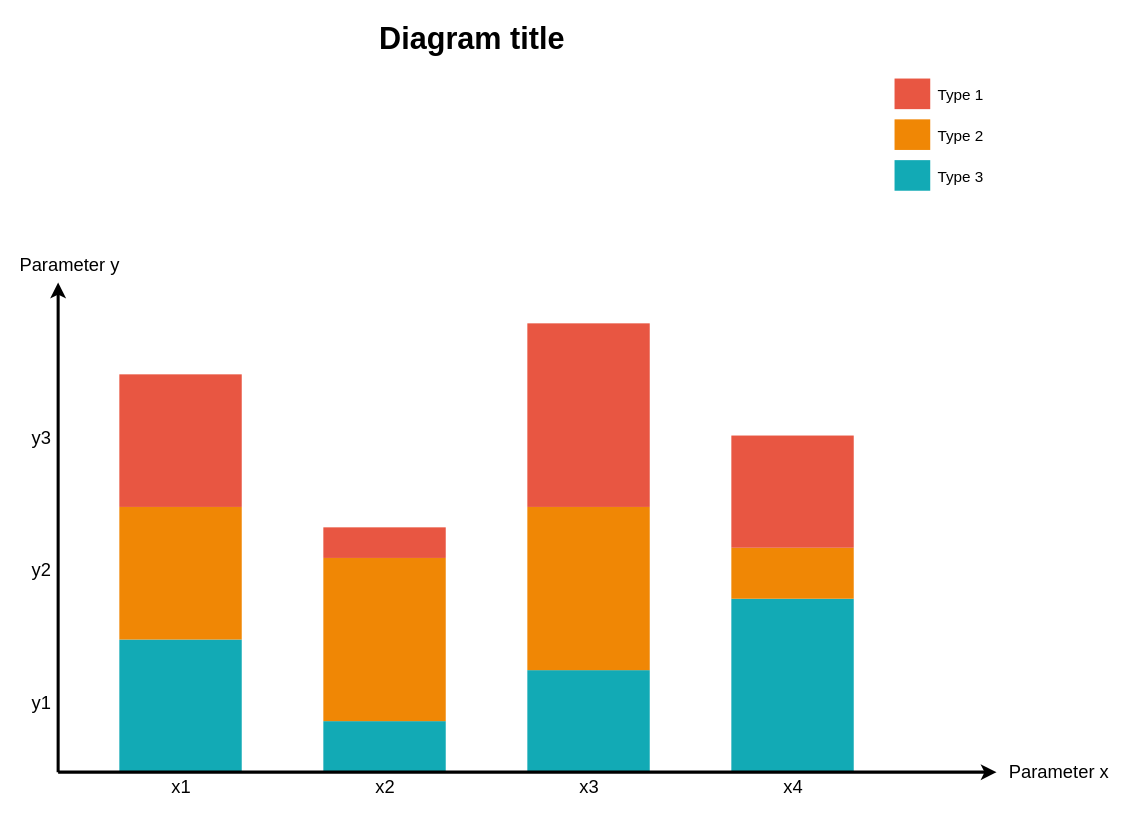
This is Untitled Diagram.drawio from ryota-nakazawa/uuuuuuuuu, a draw.io file, before an edit. Source tidied: cells renumbered, new cells numbered last; positions are measured from the earlier drawing's top-left corner, leaving out a move shared by most shapes. Both pictures are drawn from the tidied source at 102%, with x=0, y=0 at pixel (17, 16).
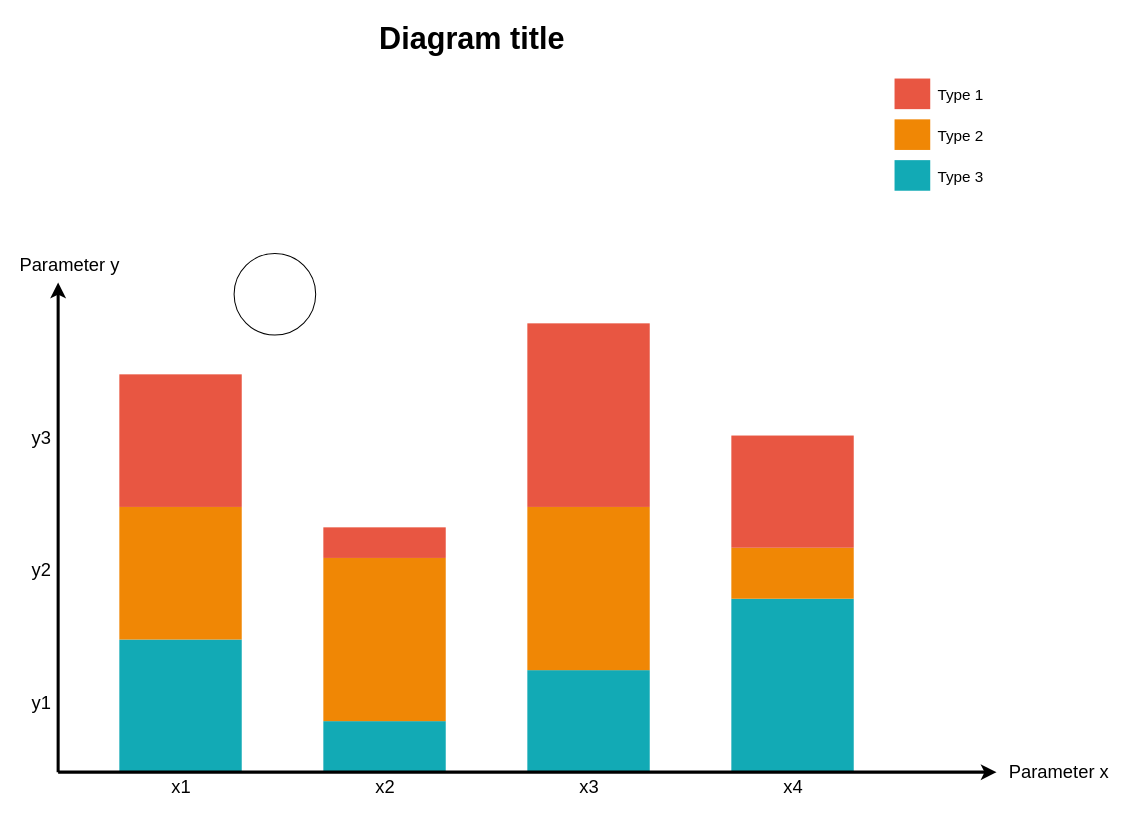
Above is the later version.

Diff of the diagram source:
```diff
@@
+    <mxCell id="32" style="ellipse;whiteSpace=wrap;html=1;" parent="1" vertex="1">
+      <mxGeometry x="212" y="232" width="80" height="80" as="geometry" />
+    </mxCell>
```
